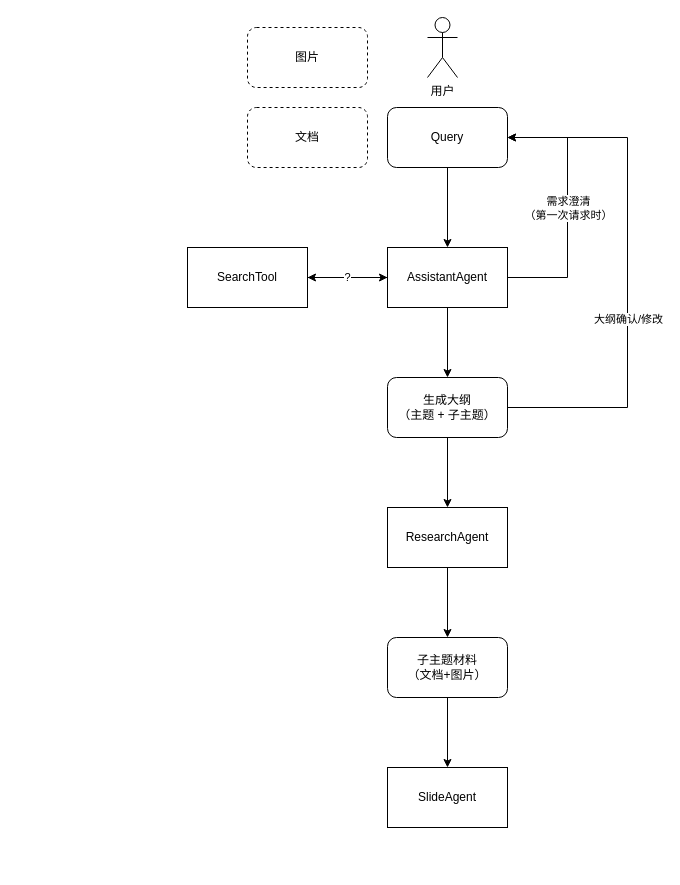
The draw.io diagram presentation.drawio in xueyouluo/drawio-repo, before the edit. Source tidied: cells renumbered, new cells numbered last; positions are measured from the earlier drawing's top-left corner, leaving out a move shared by most shapes. Both pictures are drawn from the tidied source at 100%, with x=0, y=0 at pixel (187, 17).
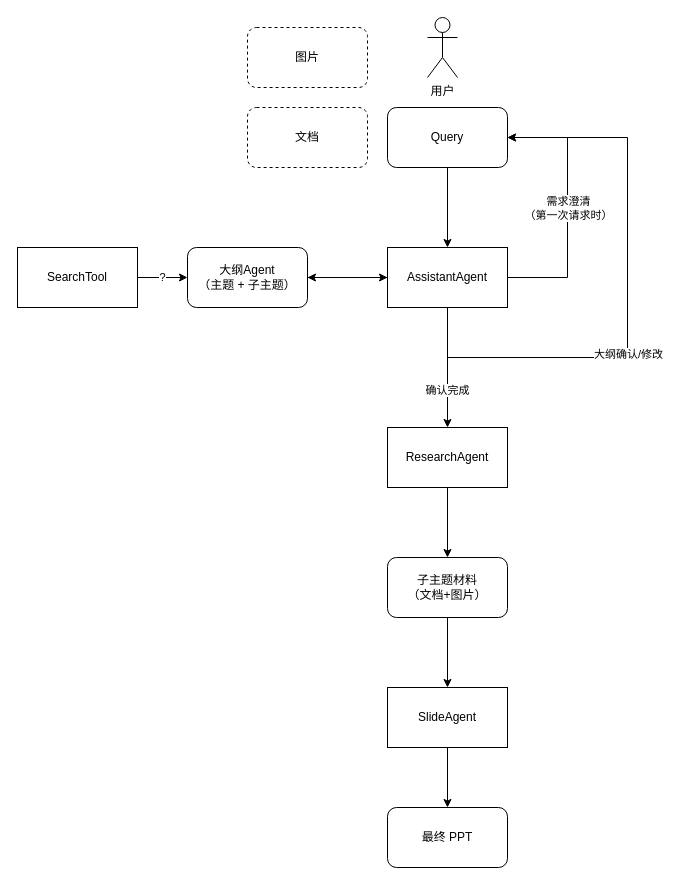
After the change.

Unchanged cells that the change refers to:
```xml
<mxCell id="6" value="AssistantAgent" style="rounded=0;whiteSpace=wrap;html=1;" parent="1" vertex="1">
  <mxGeometry x="200" y="230" width="120" height="60" as="geometry" />
</mxCell>
```

The edit, as a diff of the source:
```diff
@@
-    <mxCell id="5" style="edgeStyle=orthogonalEdgeStyle;rounded=0;jettySize=auto;html=1;entryX=1;entryY=0.5;entryDx=0;entryDy=0;" parent="1" edge="1" source="6" target="20">
-      <mxGeometry relative="1" as="geometry" />
-    </mxCell>
+    <mxCell id="23" style="edgeStyle=orthogonalEdgeStyle;rounded=0;jettySize=auto;html=1;" parent="1" edge="1" source="6" target="8">
+      <mxGeometry relative="1" as="geometry" />
+    </mxCell>
+    <mxCell id="24" value="确认完成" style="edgeLabel;html=1;align=center;verticalAlign=middle;" parent="23" vertex="1">
+      <mxGeometry x="0.37" y="-1" relative="1" as="geometry" />
+    </mxCell>
@@
     <mxCell id="8" value="ResearchAgent" style="rounded=0;whiteSpace=wrap;html=1;" parent="1" vertex="1">
-      <mxGeometry x="200" y="490" width="120" height="60" as="geometry" />
+      <mxGeometry x="200" y="410" width="120" height="60" as="geometry" />
     </mxCell>
+    <mxCell id="25" style="edgeStyle=orthogonalEdgeStyle;rounded=0;jettySize=auto;html=1;" parent="1" edge="1" source="9" target="27">
+      <mxGeometry relative="1" as="geometry" />
+    </mxCell>
     <mxCell id="9" value="SlideAgent" style="rounded=0;whiteSpace=wrap;html=1;" parent="1" vertex="1">
-      <mxGeometry x="200" y="750" width="120" height="60" as="geometry" />
+      <mxGeometry x="200" y="670" width="120" height="60" as="geometry" />
     </mxCell>
@@
-    <mxCell id="15" style="edgeStyle=orthogonalEdgeStyle;rounded=0;jettySize=auto;html=1;" parent="1" edge="1" source="18">
+    <mxCell id="15" style="edgeStyle=orthogonalEdgeStyle;rounded=0;jettySize=auto;html=1;exitX=0.5;exitY=1;exitDx=0;exitDy=0;" parent="1" edge="1" source="6">
       <mxGeometry relative="1" as="geometry">
         <mxPoint x="320" y="120" as="targetPoint" />
         <Array as="points">
-          <mxPoint x="440" y="390" />
+          <mxPoint x="260" y="340" />
+          <mxPoint x="440" y="340" />
           <mxPoint x="440" y="120" />
         </Array>
       </mxGeometry>
     </mxCell>
@@
-    <mxCell id="17" style="edgeStyle=orthogonalEdgeStyle;rounded=0;jettySize=auto;html=1;entryX=0.5;entryY=0;entryDx=0;entryDy=0;" parent="1" edge="1" source="18" target="8">
-      <mxGeometry relative="1" as="geometry" />
-    </mxCell>
+    <mxCell id="26" style="edgeStyle=orthogonalEdgeStyle;rounded=0;jettySize=auto;html=1;entryX=0;entryY=0.5;entryDx=0;entryDy=0;" parent="1" edge="1" source="18" target="6">
+      <mxGeometry relative="1" as="geometry" />
+    </mxCell>
-    <mxCell id="18" value="生成大纲&lt;div&gt;（主题 + 子主题）&lt;/div&gt;" style="rounded=1;whiteSpace=wrap;html=1;" parent="1" vertex="1">
-      <mxGeometry x="200" y="360" width="120" height="60" as="geometry" />
+    <mxCell id="18" value="大纲Agent&lt;div&gt;（主题 + 子主题）&lt;/div&gt;" style="rounded=1;whiteSpace=wrap;html=1;" parent="1" vertex="1">
+      <mxGeometry y="230" width="120" height="60" as="geometry" />
     </mxCell>
-    <mxCell id="19" value="?" style="edgeStyle=orthogonalEdgeStyle;rounded=0;jettySize=auto;html=1;entryX=0;entryY=0.5;entryDx=0;entryDy=0;" parent="1" edge="1" source="20" target="6">
+    <mxCell id="19" value="?" style="edgeStyle=orthogonalEdgeStyle;rounded=0;jettySize=auto;html=1;entryX=0;entryY=0.5;entryDx=0;entryDy=0;" parent="1" edge="1" source="20" target="18">
       <mxGeometry relative="1" as="geometry" />
     </mxCell>
     <mxCell id="20" value="SearchTool" style="rounded=0;whiteSpace=wrap;html=1;" parent="1" vertex="1">
-      <mxGeometry y="230" width="120" height="60" as="geometry" />
+      <mxGeometry x="-170" y="230" width="120" height="60" as="geometry" />
     </mxCell>
@@
     <mxCell id="22" value="子主题材料&lt;div&gt;（文档+图片）&lt;/div&gt;" style="rounded=1;whiteSpace=wrap;html=1;" parent="1" vertex="1">
-      <mxGeometry x="200" y="620" width="120" height="60" as="geometry" />
+      <mxGeometry x="200" y="540" width="120" height="60" as="geometry" />
     </mxCell>
+    <mxCell id="27" value="最终 PPT" style="rounded=1;whiteSpace=wrap;html=1;" parent="1" vertex="1">
+      <mxGeometry x="200" y="790" width="120" height="60" as="geometry" />
+    </mxCell>
```
